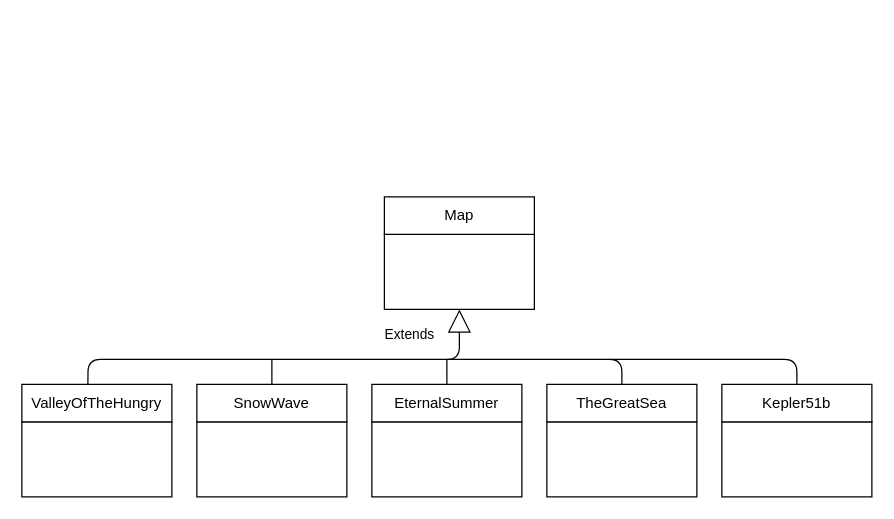
Above: docs/Map/map_data_structure.drawio in alexkomazec/libgdx_master_game_project (draw.io), before the change. Source tidied: cells renumbered, new cells numbered last; positions are measured from the earlier drawing's top-left corner, leaving out a move shared by most shapes. Both pictures are drawn from the tidied source at 125%, with x=0, y=0 at pixel (21, 196).
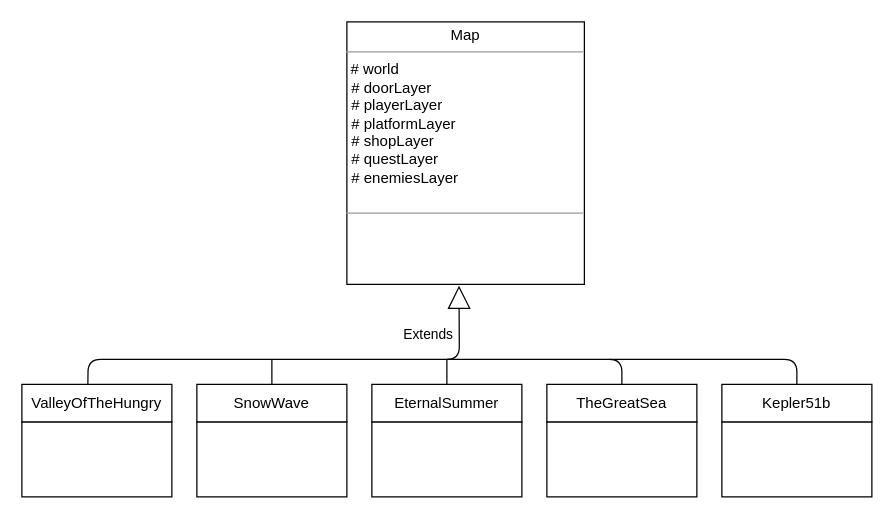
The same diagram, later.

Unchanged cells that the change refers to:
```xml
<mxCell id="19" value="ValleyOfTheHungry" style="rounded=0;whiteSpace=wrap;html=1;" parent="17" vertex="1">
  <mxGeometry width="120" height="30" as="geometry" />
</mxCell>
```

Diff of the diagram source:
```diff
@@
-    <mxCell id="2" style="group;" parent="1" vertex="1">
-      <mxGeometry x="290" width="120" height="90" as="geometry" />
-    </mxCell>
-    <mxCell id="3" style="rounded=0;whiteSpace=wrap;html=1;" parent="2" vertex="1">
-      <mxGeometry y="30" width="120" height="60" as="geometry" />
-    </mxCell>
-    <mxCell id="4" value="Map" style="rounded=0;whiteSpace=wrap;html=1;" parent="2" vertex="1">
-      <mxGeometry width="120" height="30" as="geometry" />
-    </mxCell>
@@
-    <mxCell id="20" value="Extends" style="endArrow=block;endSize=16;endFill=0;html=1;exitX=0.44;exitY=0.012;exitDx=0;exitDy=0;exitPerimeter=0;" parent="1" edge="1" source="19" target="3">
+    <mxCell id="20" value="Extends" style="endArrow=block;endSize=16;endFill=0;html=1;exitX=0.44;exitY=0.012;exitDx=0;exitDy=0;exitPerimeter=0;entryX=0.472;entryY=1.005;entryDx=0;entryDy=0;entryPerimeter=0;" parent="1" edge="1" source="19" target="25">
       <mxGeometry x="0.55" y="20" relative="1" as="geometry">
         <Array as="points">
           <mxPoint x="53" y="130" />
           <mxPoint x="350" y="130" />
         </Array>
       </mxGeometry>
     </mxCell>
@@
+    <mxCell id="25" value="&lt;p style=&quot;margin: 0px ; margin-top: 4px ; text-align: center&quot;&gt;&lt;span&gt;Map&lt;/span&gt;&lt;br&gt;&lt;/p&gt;&lt;hr size=&quot;1&quot;&gt;&amp;nbsp;# world&lt;br&gt;&lt;p style=&quot;margin: 0px ; margin-left: 4px&quot;&gt;# doorLayer&lt;/p&gt;&lt;p style=&quot;margin: 0px ; margin-left: 4px&quot;&gt;# playerLayer&lt;/p&gt;&lt;p style=&quot;margin: 0px ; margin-left: 4px&quot;&gt;# platformLayer&lt;/p&gt;&lt;p style=&quot;margin: 0px ; margin-left: 4px&quot;&gt;# shopLayer&lt;/p&gt;&lt;p style=&quot;margin: 0px ; margin-left: 4px&quot;&gt;# questLayer&lt;/p&gt;&lt;p style=&quot;margin: 0px ; margin-left: 4px&quot;&gt;# enemiesLayer&lt;/p&gt;&lt;p style=&quot;margin: 0px ; margin-left: 4px&quot;&gt;&amp;nbsp;&lt;/p&gt;&lt;hr size=&quot;1&quot;&gt;&lt;p style=&quot;margin: 0px ; margin-left: 4px&quot;&gt;&lt;br&gt;&lt;/p&gt;" style="verticalAlign=top;align=left;overflow=fill;fontSize=12;fontFamily=Helvetica;html=1;" parent="1" vertex="1">
+      <mxGeometry x="260" y="-140" width="190" height="210" as="geometry" />
+    </mxCell>
```
